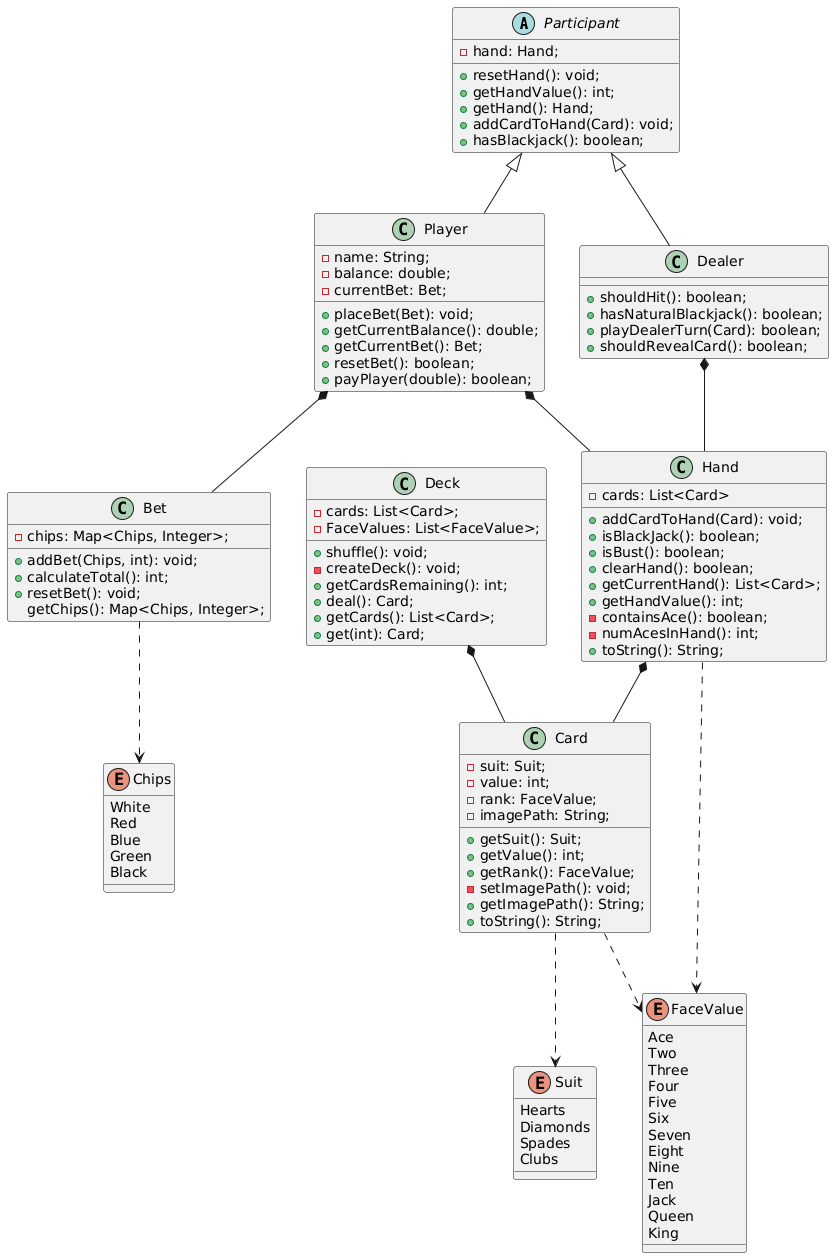
Earlier version of the PlantUML export src/main/resources/Diagrams/class-uml-diagram.png (jkat-codes/BU-CS205-Final-Project).
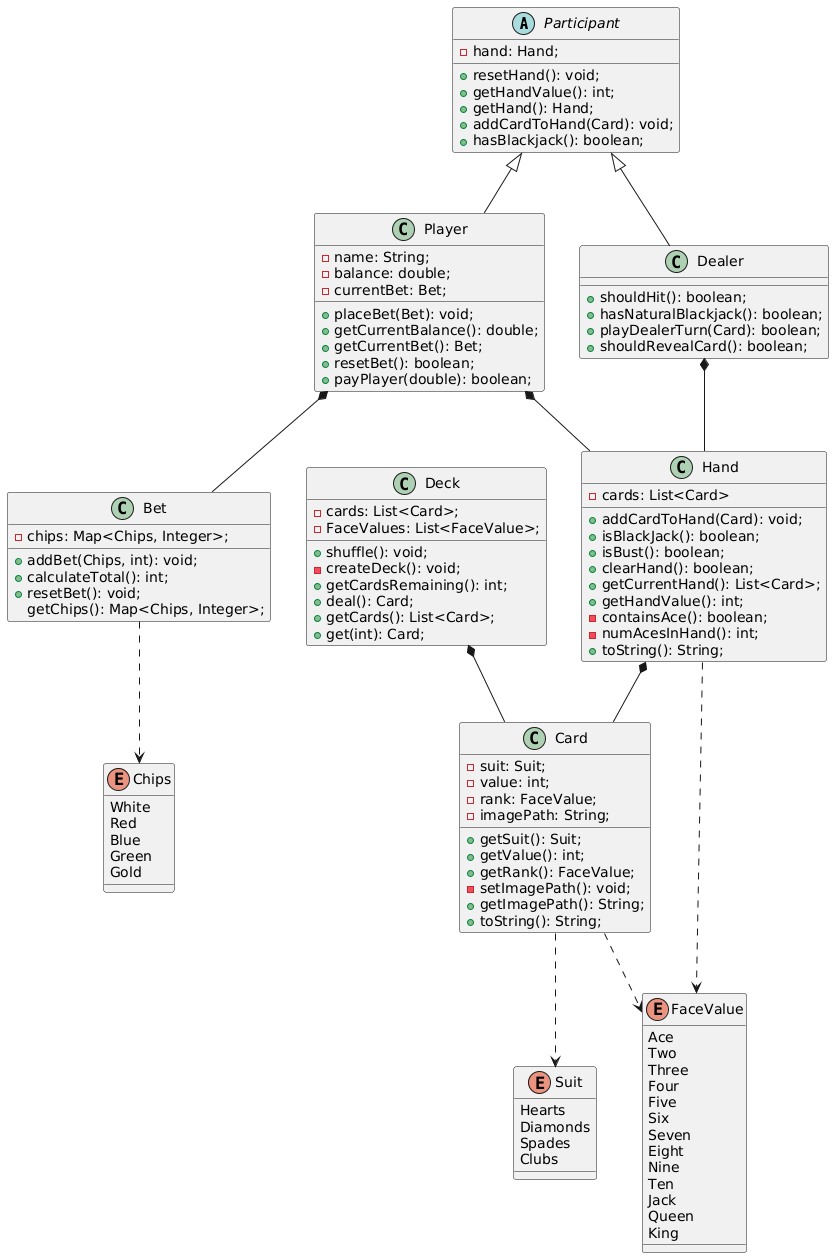
After the commit.

Commit message:
Updated UML diagram to include chips enum (gold)

Diff of the diagram source:
```diff
@@ -110,7 +110,7 @@
   Red
   Blue
   Green
-  Black
+  Gold
 }
 
 Card ..> Suit
```
